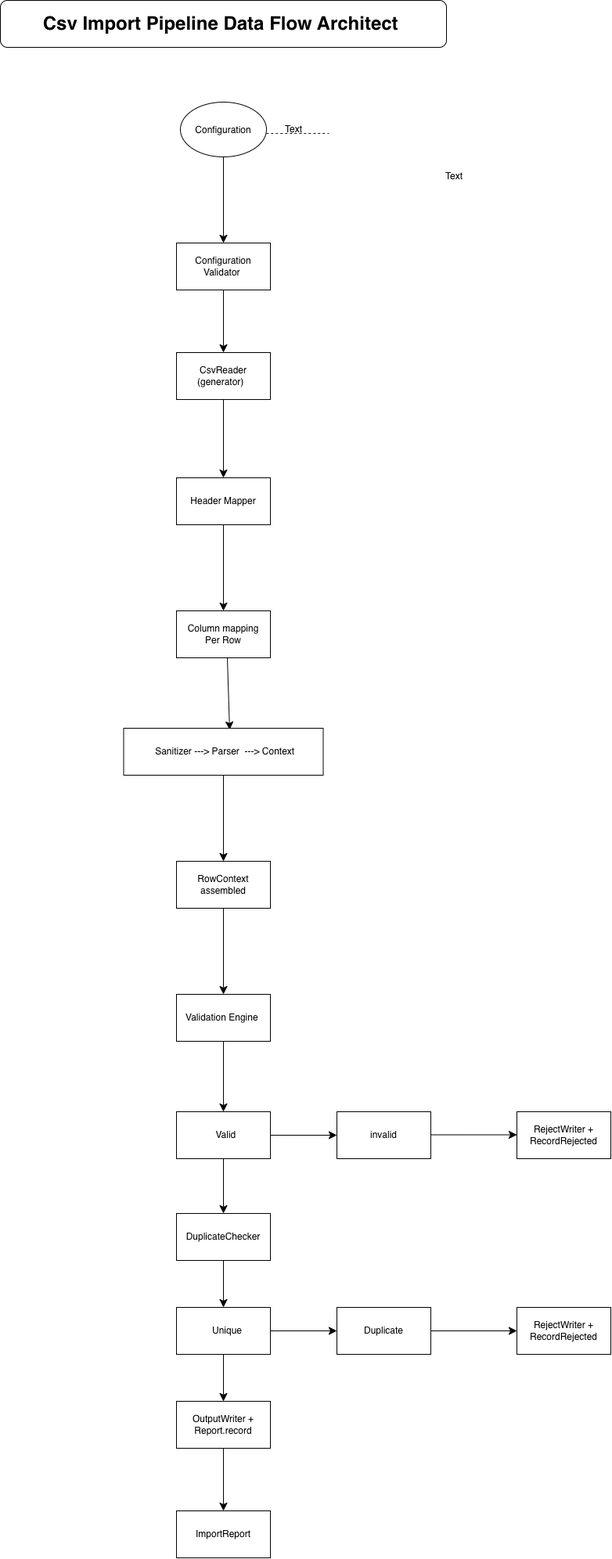
This is docs/Untitled Diagram.drawio.png from faithfulnesssemilore-ctrl/CSV-Import-Pipeline-Validation, a draw.io export, as it was before one commit. Source tidied: cells renumbered, new cells last; positions are measured from the earlier drawing's top-left corner, leaving out a move shared by most shapes.
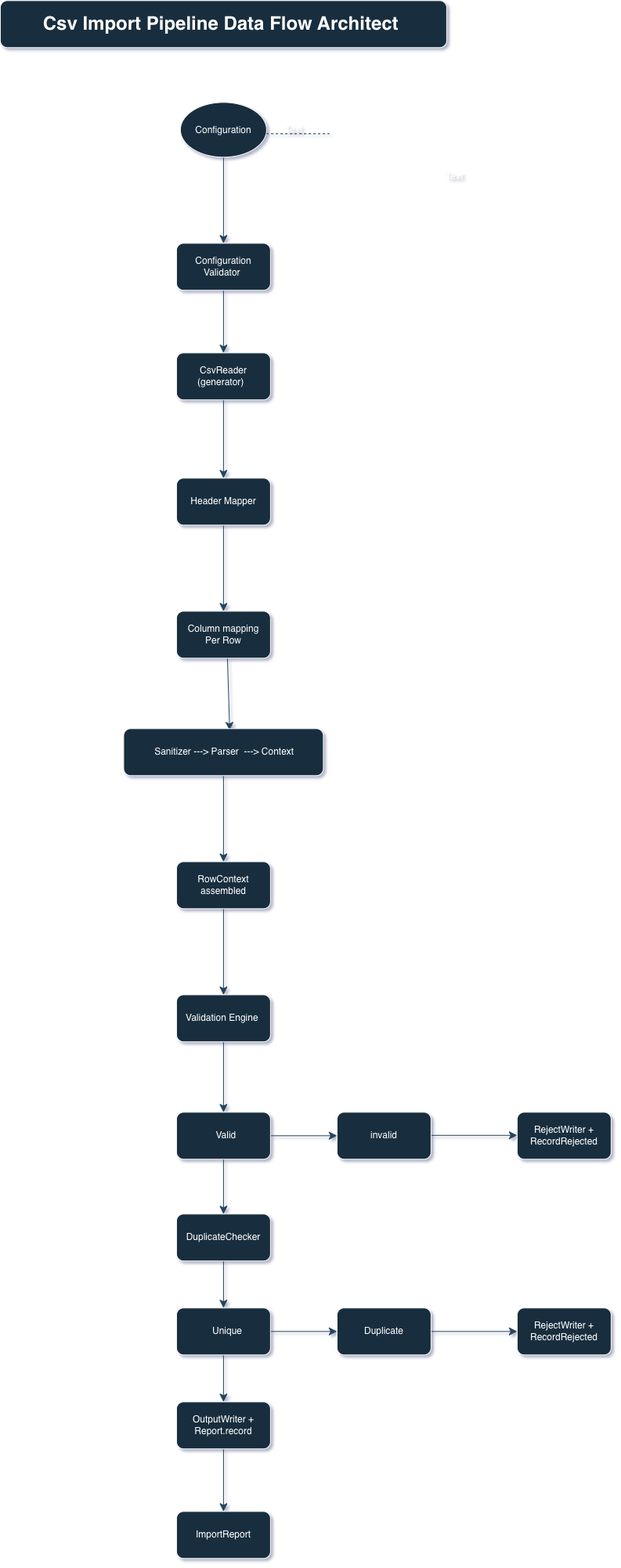
The same diagram one commit later.

The edit, as a diff of the source:
```diff
@@ -1,124 +1,124 @@
-<mxGraphModel>
+<mxGraphModel shadow="1">
   <root>
     <mxCell id="0" />
     <mxCell id="1" parent="0" />
-    <mxCell id="2" style="edgeStyle=none;curved=1;rounded=0;jettySize=auto;html=1;fontSize=12;startSize=8;endSize=8;" parent="1" edge="1" source="3" target="5">
+    <mxCell id="2" style="edgeStyle=none;curved=1;rounded=1;jettySize=auto;html=1;fontSize=12;startSize=8;endSize=8;labelBackgroundColor=none;fontColor=default;strokeColor=#23445D;" parent="1" edge="1" source="3" target="5">
       <mxGeometry relative="1" as="geometry" />
     </mxCell>
-    <mxCell id="3" value="Configuration" style="ellipse;whiteSpace=wrap;html=1;shapeInside=1;" parent="1" vertex="1">
+    <mxCell id="3" value="Configuration" style="ellipse;whiteSpace=wrap;html=1;shapeInside=1;rounded=1;labelBackgroundColor=none;fillColor=#182E3E;strokeColor=#FFFFFF;fontColor=#FFFFFF;" parent="1" vertex="1">
       <mxGeometry x="230" y="130" width="110" height="70" as="geometry" />
     </mxCell>
-    <mxCell id="4" style="edgeStyle=none;curved=1;rounded=0;jettySize=auto;html=1;fontSize=12;startSize=8;endSize=8;" parent="1" edge="1" source="5" target="7">
+    <mxCell id="4" style="edgeStyle=none;curved=1;rounded=1;jettySize=auto;html=1;fontSize=12;startSize=8;endSize=8;labelBackgroundColor=none;fontColor=default;strokeColor=#23445D;" parent="1" edge="1" source="5" target="7">
       <mxGeometry relative="1" as="geometry" />
     </mxCell>
-    <mxCell id="5" value="Configuration&lt;div&gt;Validator&amp;nbsp;&lt;/div&gt;" style="whiteSpace=wrap;html=1;" parent="1" vertex="1">
+    <mxCell id="5" value="Configuration&lt;div&gt;Validator&amp;nbsp;&lt;/div&gt;" style="whiteSpace=wrap;html=1;rounded=1;labelBackgroundColor=none;fillColor=#182E3E;strokeColor=#FFFFFF;fontColor=#FFFFFF;" parent="1" vertex="1">
       <mxGeometry x="225" y="310" width="120" height="60" as="geometry" />
     </mxCell>
-    <mxCell id="6" style="edgeStyle=none;curved=1;rounded=0;jettySize=auto;html=1;fontSize=12;startSize=8;endSize=8;" parent="1" edge="1" source="7" target="9">
+    <mxCell id="6" style="edgeStyle=none;curved=1;rounded=1;jettySize=auto;html=1;fontSize=12;startSize=8;endSize=8;labelBackgroundColor=none;fontColor=default;strokeColor=#23445D;" parent="1" edge="1" source="7" target="9">
       <mxGeometry relative="1" as="geometry" />
     </mxCell>
-    <mxCell id="7" value="CsvReader (generator)&amp;nbsp;&amp;nbsp;" style="whiteSpace=wrap;html=1;" parent="1" vertex="1">
+    <mxCell id="7" value="CsvReader (generator)&amp;nbsp;&amp;nbsp;" style="whiteSpace=wrap;html=1;rounded=1;labelBackgroundColor=none;fillColor=#182E3E;strokeColor=#FFFFFF;fontColor=#FFFFFF;" parent="1" vertex="1">
       <mxGeometry x="225" y="450" width="120" height="60" as="geometry" />
     </mxCell>
-    <mxCell id="8" style="edgeStyle=none;curved=1;rounded=0;jettySize=auto;html=1;fontSize=12;startSize=8;endSize=8;" parent="1" edge="1" source="9" target="11">
+    <mxCell id="8" style="edgeStyle=none;curved=1;rounded=1;jettySize=auto;html=1;fontSize=12;startSize=8;endSize=8;labelBackgroundColor=none;fontColor=default;strokeColor=#23445D;" parent="1" edge="1" source="9" target="11">
       <mxGeometry relative="1" as="geometry" />
     </mxCell>
-    <mxCell id="9" value="Header Mapper" style="whiteSpace=wrap;html=1;" parent="1" vertex="1">
+    <mxCell id="9" value="Header Mapper" style="whiteSpace=wrap;html=1;rounded=1;labelBackgroundColor=none;fillColor=#182E3E;strokeColor=#FFFFFF;fontColor=#FFFFFF;" parent="1" vertex="1">
       <mxGeometry x="225" y="610" width="120" height="60" as="geometry" />
     </mxCell>
-    <mxCell id="10" style="edgeStyle=none;curved=1;rounded=0;jettySize=auto;html=1;fontSize=12;startSize=8;endSize=8;entryX=0.531;entryY=0.033;entryDx=0;entryDy=0;entryPerimeter=0;" parent="1" edge="1" target="13">
+    <mxCell id="10" style="edgeStyle=none;curved=1;rounded=1;jettySize=auto;html=1;fontSize=12;startSize=8;endSize=8;entryX=0.531;entryY=0.033;entryDx=0;entryDy=0;entryPerimeter=0;labelBackgroundColor=none;fontColor=default;strokeColor=#23445D;" parent="1" edge="1" target="13">
       <mxGeometry relative="1" as="geometry">
         <mxPoint x="290" y="840" as="sourcePoint" />
       </mxGeometry>
     </mxCell>
-    <mxCell id="11" value="Column mapping&lt;br&gt;&lt;div&gt;Per Row&lt;/div&gt;" style="whiteSpace=wrap;html=1;" parent="1" vertex="1">
+    <mxCell id="11" value="Column mapping&lt;br&gt;&lt;div&gt;Per Row&lt;/div&gt;" style="whiteSpace=wrap;html=1;rounded=1;labelBackgroundColor=none;fillColor=#182E3E;strokeColor=#FFFFFF;fontColor=#FFFFFF;" parent="1" vertex="1">
       <mxGeometry x="225" y="780" width="120" height="60" as="geometry" />
     </mxCell>
-    <mxCell id="12" style="edgeStyle=none;curved=1;rounded=0;jettySize=auto;html=1;fontSize=12;startSize=8;endSize=8;" parent="1" edge="1" source="13" target="15">
+    <mxCell id="12" style="edgeStyle=none;curved=1;rounded=1;jettySize=auto;html=1;fontSize=12;startSize=8;endSize=8;labelBackgroundColor=none;fontColor=default;strokeColor=#23445D;" parent="1" edge="1" source="13" target="15">
       <mxGeometry relative="1" as="geometry" />
     </mxCell>
-    <mxCell id="13" value="&amp;nbsp;Sanitizer ---&amp;gt; Parser&amp;nbsp; ---&amp;gt; Context" style="whiteSpace=wrap;html=1;" parent="1" vertex="1">
+    <mxCell id="13" value="&amp;nbsp;Sanitizer ---&amp;gt; Parser&amp;nbsp; ---&amp;gt; Context" style="whiteSpace=wrap;html=1;rounded=1;labelBackgroundColor=none;fillColor=#182E3E;strokeColor=#FFFFFF;fontColor=#FFFFFF;" parent="1" vertex="1">
       <mxGeometry x="157.5" y="930" width="255" height="60" as="geometry" />
     </mxCell>
-    <mxCell id="14" style="edgeStyle=none;curved=1;rounded=0;jettySize=auto;html=1;fontSize=12;startSize=8;endSize=8;" parent="1" edge="1" source="15" target="20">
+    <mxCell id="14" style="edgeStyle=none;curved=1;rounded=1;jettySize=auto;html=1;fontSize=12;startSize=8;endSize=8;labelBackgroundColor=none;fontColor=default;strokeColor=#23445D;" parent="1" edge="1" source="15" target="20">
       <mxGeometry relative="1" as="geometry" />
     </mxCell>
-    <mxCell id="15" value="RowContext assembled" style="whiteSpace=wrap;html=1;" parent="1" vertex="1">
+    <mxCell id="15" value="RowContext assembled" style="whiteSpace=wrap;html=1;rounded=1;labelBackgroundColor=none;fillColor=#182E3E;strokeColor=#FFFFFF;fontColor=#FFFFFF;" parent="1" vertex="1">
       <mxGeometry x="225" y="1100" width="120" height="60" as="geometry" />
     </mxCell>
-    <mxCell id="16" value="Text" style="text;html=1;whiteSpace=wrap;strokeColor=none;fillColor=none;align=center;verticalAlign=middle;rounded=0;" parent="1" vertex="1">
+    <mxCell id="16" value="Text" style="text;html=1;whiteSpace=wrap;strokeColor=none;fillColor=none;align=center;verticalAlign=middle;rounded=1;labelBackgroundColor=none;fontColor=#FFFFFF;" parent="1" vertex="1">
       <mxGeometry x="550" y="210" width="60" height="30" as="geometry" />
     </mxCell>
-    <mxCell id="17" style="endArrow=none;dashed=1;html=1;rounded=0;fontSize=12;startSize=8;endSize=8;curved=1;" parent="1" edge="1">
+    <mxCell id="17" style="endArrow=none;dashed=1;html=1;rounded=1;fontSize=12;startSize=8;endSize=8;curved=1;labelBackgroundColor=none;fontColor=default;strokeColor=#23445D;" parent="1" edge="1">
       <mxGeometry relative="1" as="geometry">
         <mxPoint x="340" y="170" as="sourcePoint" />
         <mxPoint x="420" y="170" as="targetPoint" />
       </mxGeometry>
     </mxCell>
-    <mxCell id="18" value="Text" style="text;html=1;whiteSpace=wrap;strokeColor=none;fillColor=none;align=center;verticalAlign=middle;rounded=0;" parent="1" vertex="1">
+    <mxCell id="18" value="Text" style="text;html=1;whiteSpace=wrap;strokeColor=none;fillColor=none;align=center;verticalAlign=middle;rounded=1;labelBackgroundColor=none;fontColor=#FFFFFF;" parent="1" vertex="1">
       <mxGeometry x="345" y="150" width="60" height="30" as="geometry" />
     </mxCell>
-    <mxCell id="19" style="edgeStyle=none;curved=1;rounded=0;jettySize=auto;html=1;fontSize=12;startSize=8;endSize=8;" parent="1" edge="1" source="20" target="24">
+    <mxCell id="19" style="edgeStyle=none;curved=1;rounded=1;jettySize=auto;html=1;fontSize=12;startSize=8;endSize=8;labelBackgroundColor=none;fontColor=default;strokeColor=#23445D;" parent="1" edge="1" source="20" target="24">
       <mxGeometry relative="1" as="geometry" />
     </mxCell>
-    <mxCell id="20" value="Validation Engine&amp;nbsp;" style="whiteSpace=wrap;html=1;" parent="1" vertex="1">
+    <mxCell id="20" value="Validation Engine&amp;nbsp;" style="whiteSpace=wrap;html=1;rounded=1;labelBackgroundColor=none;fillColor=#182E3E;strokeColor=#FFFFFF;fontColor=#FFFFFF;" parent="1" vertex="1">
       <mxGeometry x="225" y="1270" width="120" height="60" as="geometry" />
     </mxCell>
-    <mxCell id="21" style="edgeStyle=none;curved=1;rounded=0;orthogonalLoop=1;jettySize=auto;html=1;fontSize=12;startSize=8;endSize=8;" parent="1" edge="1">
+    <mxCell id="21" style="edgeStyle=none;curved=1;rounded=1;orthogonalLoop=1;jettySize=auto;html=1;fontSize=12;startSize=8;endSize=8;labelBackgroundColor=none;fontColor=default;strokeColor=#23445D;" parent="1" edge="1">
       <mxGeometry relative="1" as="geometry">
         <mxPoint x="540" y="1449.5" as="sourcePoint" />
         <mxPoint x="660" y="1449.5" as="targetPoint" />
       </mxGeometry>
     </mxCell>
-    <mxCell id="22" style="edgeStyle=none;curved=1;rounded=0;jettySize=auto;html=1;fontSize=12;startSize=8;endSize=8;" parent="1" edge="1" source="24" target="27">
+    <mxCell id="22" style="edgeStyle=none;curved=1;rounded=1;jettySize=auto;html=1;fontSize=12;startSize=8;endSize=8;labelBackgroundColor=none;fontColor=default;strokeColor=#23445D;" parent="1" edge="1" source="24" target="27">
       <mxGeometry relative="1" as="geometry" />
     </mxCell>
-    <mxCell id="23" style="edgeStyle=none;curved=1;rounded=0;jettySize=auto;html=1;fontSize=12;startSize=8;endSize=8;" parent="1" edge="1" source="24" target="28">
+    <mxCell id="23" style="edgeStyle=none;curved=1;rounded=1;jettySize=auto;html=1;fontSize=12;startSize=8;endSize=8;labelBackgroundColor=none;fontColor=default;strokeColor=#23445D;" parent="1" edge="1" source="24" target="28">
       <mxGeometry relative="1" as="geometry" />
     </mxCell>
-    <mxCell id="24" value="&amp;nbsp; Valid" style="whiteSpace=wrap;html=1;" parent="1" vertex="1">
+    <mxCell id="24" value="&amp;nbsp; Valid" style="whiteSpace=wrap;html=1;rounded=1;labelBackgroundColor=none;fillColor=#182E3E;strokeColor=#FFFFFF;fontColor=#FFFFFF;" parent="1" vertex="1">
       <mxGeometry x="225" y="1420" width="120" height="60" as="geometry" />
     </mxCell>
-    <mxCell id="25" value="RejectWriter + RecordRejected" style="whiteSpace=wrap;html=1;" parent="1" vertex="1">
+    <mxCell id="25" value="RejectWriter + RecordRejected" style="whiteSpace=wrap;html=1;rounded=1;labelBackgroundColor=none;fillColor=#182E3E;strokeColor=#FFFFFF;fontColor=#FFFFFF;" parent="1" vertex="1">
       <mxGeometry x="660" y="1420" width="120" height="60" as="geometry" />
     </mxCell>
-    <mxCell id="26" style="edgeStyle=none;curved=1;rounded=0;jettySize=auto;html=1;fontSize=12;startSize=8;endSize=8;" parent="1" edge="1" source="27" target="31">
+    <mxCell id="26" style="edgeStyle=none;curved=1;rounded=1;jettySize=auto;html=1;fontSize=12;startSize=8;endSize=8;labelBackgroundColor=none;fontColor=default;strokeColor=#23445D;" parent="1" edge="1" source="27" target="31">
       <mxGeometry relative="1" as="geometry" />
     </mxCell>
-    <mxCell id="27" value="DuplicateChecker" style="whiteSpace=wrap;html=1;" parent="1" vertex="1">
+    <mxCell id="27" value="DuplicateChecker" style="whiteSpace=wrap;html=1;rounded=1;labelBackgroundColor=none;fillColor=#182E3E;strokeColor=#FFFFFF;fontColor=#FFFFFF;" parent="1" vertex="1">
       <mxGeometry x="225" y="1550" width="120" height="60" as="geometry" />
     </mxCell>
-    <mxCell id="28" value="invalid" style="whiteSpace=wrap;html=1;" parent="1" vertex="1">
+    <mxCell id="28" value="invalid" style="whiteSpace=wrap;html=1;rounded=1;labelBackgroundColor=none;fillColor=#182E3E;strokeColor=#FFFFFF;fontColor=#FFFFFF;" parent="1" vertex="1">
       <mxGeometry x="430" y="1420" width="120" height="60" as="geometry" />
     </mxCell>
-    <mxCell id="29" style="edgeStyle=none;curved=1;rounded=0;jettySize=auto;html=1;fontSize=12;startSize=8;endSize=8;" parent="1" edge="1" source="31" target="33">
+    <mxCell id="29" style="edgeStyle=none;curved=1;rounded=1;jettySize=auto;html=1;fontSize=12;startSize=8;endSize=8;labelBackgroundColor=none;fontColor=default;strokeColor=#23445D;" parent="1" edge="1" source="31" target="33">
       <mxGeometry relative="1" as="geometry" />
     </mxCell>
-    <mxCell id="30" style="edgeStyle=none;curved=1;rounded=0;jettySize=auto;html=1;fontSize=12;startSize=8;endSize=8;" parent="1" edge="1" source="31" target="36">
+    <mxCell id="30" style="edgeStyle=none;curved=1;rounded=1;jettySize=auto;html=1;fontSize=12;startSize=8;endSize=8;labelBackgroundColor=none;fontColor=default;strokeColor=#23445D;" parent="1" edge="1" source="31" target="36">
       <mxGeometry relative="1" as="geometry" />
     </mxCell>
-    <mxCell id="31" value="&amp;nbsp; &amp;nbsp;Unique" style="whiteSpace=wrap;html=1;" parent="1" vertex="1">
+    <mxCell id="31" value="&amp;nbsp; &amp;nbsp;Unique" style="whiteSpace=wrap;html=1;rounded=1;labelBackgroundColor=none;fillColor=#182E3E;strokeColor=#FFFFFF;fontColor=#FFFFFF;" parent="1" vertex="1">
       <mxGeometry x="225" y="1670" width="120" height="60" as="geometry" />
     </mxCell>
-    <mxCell id="32" style="edgeStyle=none;curved=1;rounded=0;jettySize=auto;html=1;fontSize=12;startSize=8;endSize=8;" parent="1" edge="1" source="33" target="34">
+    <mxCell id="32" style="edgeStyle=none;curved=1;rounded=1;jettySize=auto;html=1;fontSize=12;startSize=8;endSize=8;labelBackgroundColor=none;fontColor=default;strokeColor=#23445D;" parent="1" edge="1" source="33" target="34">
       <mxGeometry relative="1" as="geometry" />
     </mxCell>
-    <mxCell id="33" value="Duplicate" style="whiteSpace=wrap;html=1;" parent="1" vertex="1">
+    <mxCell id="33" value="Duplicate" style="whiteSpace=wrap;html=1;rounded=1;labelBackgroundColor=none;fillColor=#182E3E;strokeColor=#FFFFFF;fontColor=#FFFFFF;" parent="1" vertex="1">
       <mxGeometry x="430" y="1670" width="120" height="60" as="geometry" />
     </mxCell>
-    <mxCell id="34" value="RejectWriter + RecordRejected" style="whiteSpace=wrap;html=1;" parent="1" vertex="1">
+    <mxCell id="34" value="RejectWriter + RecordRejected" style="whiteSpace=wrap;html=1;rounded=1;labelBackgroundColor=none;fillColor=#182E3E;strokeColor=#FFFFFF;fontColor=#FFFFFF;" parent="1" vertex="1">
       <mxGeometry x="660" y="1670" width="120" height="60" as="geometry" />
     </mxCell>
-    <mxCell id="35" style="edgeStyle=none;curved=1;rounded=0;jettySize=auto;html=1;fontSize=12;startSize=8;endSize=8;" parent="1" edge="1" source="36" target="37">
+    <mxCell id="35" style="edgeStyle=none;curved=1;rounded=1;jettySize=auto;html=1;fontSize=12;startSize=8;endSize=8;labelBackgroundColor=none;fontColor=default;strokeColor=#23445D;" parent="1" edge="1" source="36" target="37">
       <mxGeometry relative="1" as="geometry" />
     </mxCell>
-    <mxCell id="36" value="OutputWriter + Report.record" style="whiteSpace=wrap;html=1;" parent="1" vertex="1">
+    <mxCell id="36" value="OutputWriter + Report.record" style="whiteSpace=wrap;html=1;rounded=1;labelBackgroundColor=none;fillColor=#182E3E;strokeColor=#FFFFFF;fontColor=#FFFFFF;" parent="1" vertex="1">
       <mxGeometry x="225" y="1790" width="120" height="60" as="geometry" />
     </mxCell>
-    <mxCell id="37" value="ImportReport" style="whiteSpace=wrap;html=1;" parent="1" vertex="1">
+    <mxCell id="37" value="ImportReport" style="whiteSpace=wrap;html=1;rounded=1;labelBackgroundColor=none;fillColor=#182E3E;strokeColor=#FFFFFF;fontColor=#FFFFFF;" parent="1" vertex="1">
       <mxGeometry x="225" y="1930" width="120" height="60" as="geometry" />
     </mxCell>
-    <mxCell id="38" value="&lt;b&gt;&lt;font style=&quot;font-size: 24px;&quot;&gt;Csv Import Pipeline Data Flow Architect&amp;nbsp;&lt;/font&gt;&lt;/b&gt;" style="rounded=1;whiteSpace=wrap;html=1;" parent="1" vertex="1">
+    <mxCell id="38" value="&lt;b&gt;&lt;font style=&quot;font-size: 24px;&quot;&gt;Csv Import Pipeline Data Flow Architect&amp;nbsp;&lt;/font&gt;&lt;/b&gt;" style="rounded=1;whiteSpace=wrap;html=1;labelBackgroundColor=none;fillColor=#182E3E;strokeColor=#FFFFFF;fontColor=#FFFFFF;" parent="1" vertex="1">
       <mxGeometry width="570" height="60" as="geometry" />
     </mxCell>
   </root>
```
